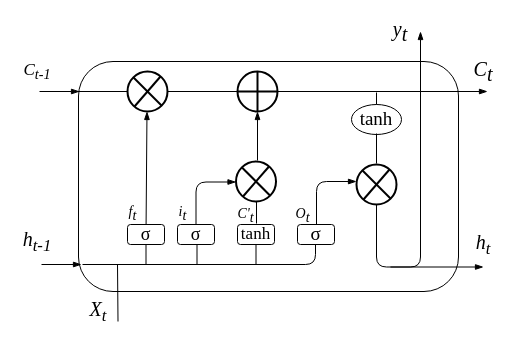
Earlier version of the draw.io diagram LSTMandGRU.drawio (ByronGe/ff). Source tidied: cells renumbered, new cells numbered last; positions are measured from the earlier drawing's top-left corner, leaving out a move shared by most shapes. Both pictures are drawn from the tidied source at 100%, with x=0, y=0 at pixel (17, 21).
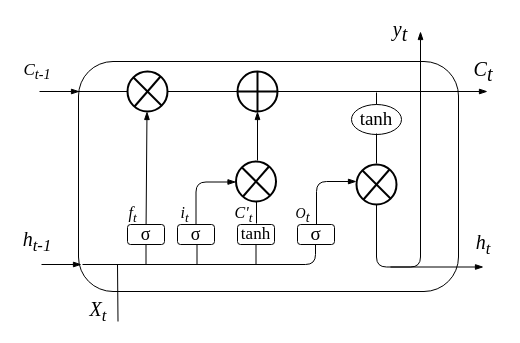
After the change.

Change to the diagram source:
```diff
@@
-    <mxCell id="45" value="&lt;font style=&quot;font-size: 14px;&quot;&gt;&lt;span style=&quot;font-size: 14px;&quot;&gt;f&lt;sub style=&quot;font-size: 14px;&quot;&gt;t&lt;/sub&gt;&lt;/span&gt;&lt;/font&gt;" style="text;html=1;align=center;verticalAlign=middle;fontFamily=Times New Roman;fontStyle=2;fontSize=14;" parent="1" vertex="1">
-      <mxGeometry x="100" y="178" width="30" height="30" as="geometry" />
+    <mxCell id="45" value="&lt;font style=&quot;font-size: 16px&quot;&gt;&lt;span&gt;f&lt;sub&gt;t&lt;/sub&gt;&lt;/span&gt;&lt;/font&gt;" style="text;html=1;align=center;verticalAlign=middle;fontFamily=Times New Roman;fontStyle=2;fontSize=14;" parent="1" vertex="1">
+      <mxGeometry x="105" y="178" width="20" height="30" as="geometry" />
     </mxCell>
-    <mxCell id="46" value="&lt;font style=&quot;font-size: 14px;&quot;&gt;&lt;span style=&quot;font-size: 14px;&quot;&gt;i&lt;sub style=&quot;font-size: 14px;&quot;&gt;t&lt;/sub&gt;&lt;/span&gt;&lt;/font&gt;" style="text;html=1;align=center;verticalAlign=middle;fontFamily=Times New Roman;fontStyle=2;fontSize=14;" parent="1" vertex="1">
-      <mxGeometry x="150" y="178" width="30" height="30" as="geometry" />
+    <mxCell id="46" value="&lt;font style=&quot;font-size: 16px&quot;&gt;&lt;span&gt;i&lt;sub&gt;t&lt;/sub&gt;&lt;/span&gt;&lt;/font&gt;" style="text;html=1;align=center;verticalAlign=middle;fontFamily=Times New Roman;fontStyle=2;fontSize=14;" parent="1" vertex="1">
+      <mxGeometry x="157" y="178" width="20" height="30" as="geometry" />
     </mxCell>
-    <mxCell id="47" value="&lt;font style=&quot;font-size: 14px;&quot;&gt;&lt;span style=&quot;font-size: 14px;&quot;&gt;C'&lt;sub style=&quot;font-size: 14px;&quot;&gt;t&lt;/sub&gt;&lt;/span&gt;&lt;/font&gt;" style="text;html=1;align=center;verticalAlign=middle;fontFamily=Times New Roman;fontStyle=2;fontSize=14;" parent="1" vertex="1">
-      <mxGeometry x="208" y="180" width="40" height="30" as="geometry" />
+    <mxCell id="47" value="&lt;font style=&quot;font-size: 16px&quot;&gt;&lt;span&gt;C'&lt;sub&gt;t&lt;/sub&gt;&lt;/span&gt;&lt;/font&gt;" style="text;html=1;align=center;verticalAlign=middle;fontFamily=Times New Roman;fontStyle=2;fontSize=14;" parent="1" vertex="1">
+      <mxGeometry x="211" y="178" width="30" height="30" as="geometry" />
     </mxCell>
```
